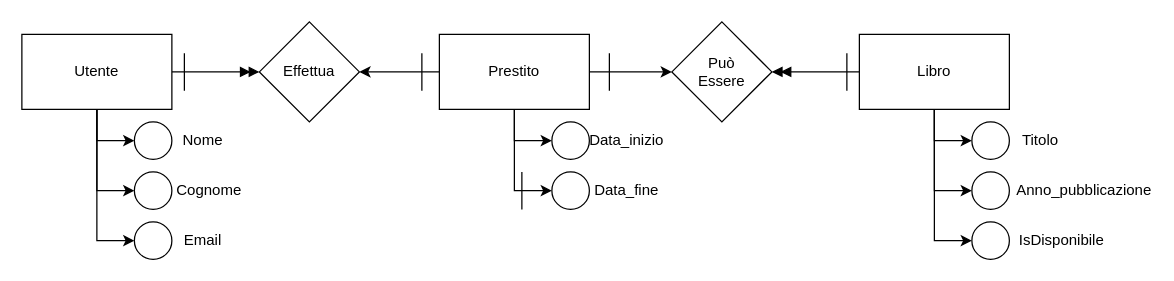
This is Esercitazione_Libri_e_Prestiti.drawio from GiorgioMoroni/SQL, a draw.io file, before an edit. Source tidied: cells renumbered, new cells numbered last; positions are measured from the earlier drawing's top-left corner, leaving out a move shared by most shapes. Both pictures are drawn from the tidied source at 125%, with x=0, y=0 at pixel (21, 21).
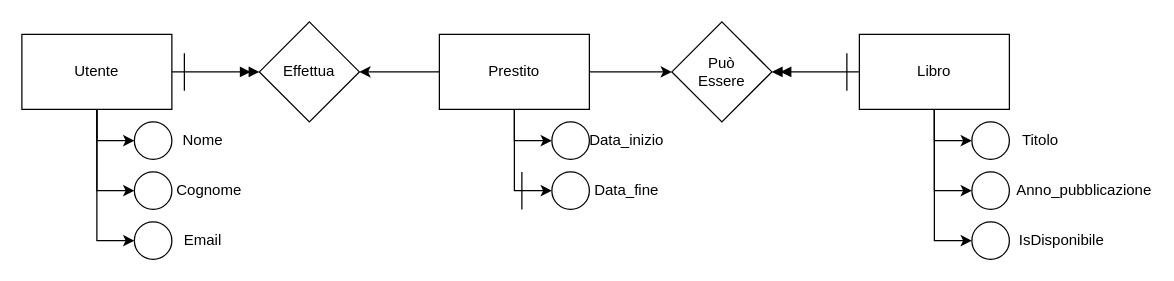
The same page after the edit.

The edit, as a diff of the source:
```diff
@@
-    <mxCell id="36" style="endArrow=none;html=1;rounded=0;" parent="1" edge="1">
-      <mxGeometry relative="1" as="geometry">
-        <mxPoint x="320" y="55" as="sourcePoint" />
-        <mxPoint x="320" y="25" as="targetPoint" />
-      </mxGeometry>
-    </mxCell>
@@
-    <mxCell id="39" style="endArrow=none;html=1;rounded=0;" parent="1" edge="1">
-      <mxGeometry relative="1" as="geometry">
-        <mxPoint x="470" y="55" as="sourcePoint" />
-        <mxPoint x="470" y="25" as="targetPoint" />
-      </mxGeometry>
-    </mxCell>
```
